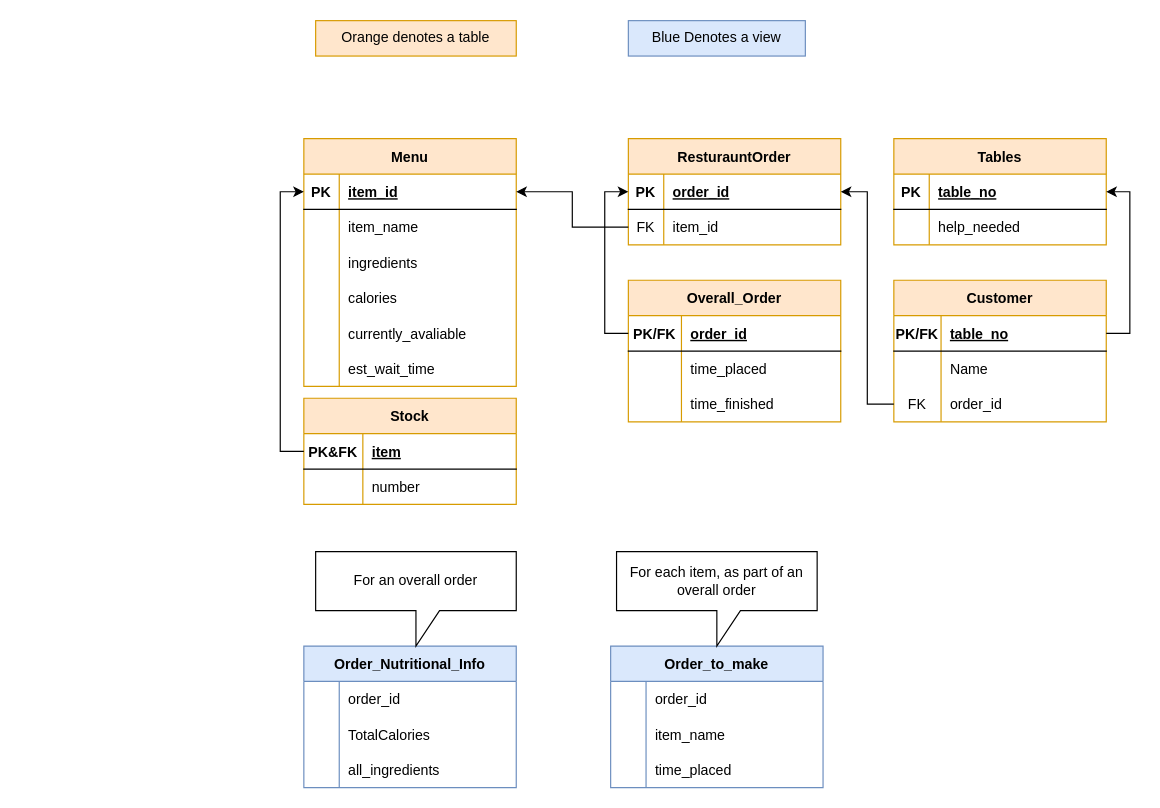
The draw.io diagram SQLDatabase/Diagrams/DrawIOSchema.drawio in mattyblackout/cs2815-project, before the edit. Source tidied: cells renumbered, new cells numbered last; positions are measured from the earlier drawing's top-left corner, leaving out a move shared by most shapes. Both pictures are drawn from the tidied source at 118%, with x=0, y=0 at pixel (303, 20).
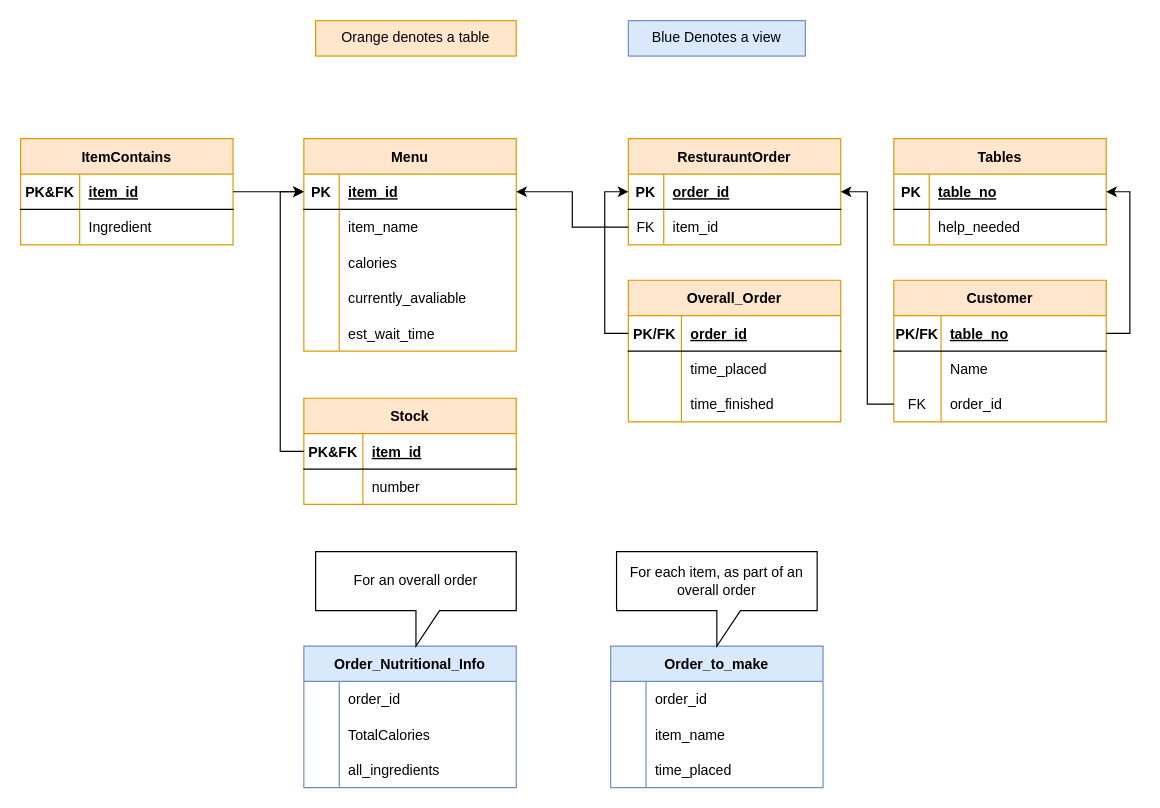
After the change.

Commit message (it also covers changes not shown here):
Ingredients attribute was removed as was non-atomic, separe table was made for it's purpose

The change refers to these unchanged cells:
```xml
<mxCell id="22" style="shape=tableRow;horizontal=0;startSize=0;swimlaneHead=0;swimlaneBody=0;fillColor=none;points=[[0,0.5],[1,0.5]];portConstraint=eastwest;top=0;left=0;right=0;bottom=1;" parent="21" vertex="1">
  <mxGeometry y="30" width="180" height="30" as="geometry" />
</mxCell>
```

The edit, as a diff of the source:
```diff
@@
     <mxCell id="2" value="Menu" style="shape=table;startSize=30;childLayout=tableLayout;rowLines=0;fontStyle=1;align=center;fillColor=#ffe6cc;strokeColor=#d79b00;" parent="1" vertex="1">
-      <mxGeometry y="100" width="180" height="210" as="geometry" />
+      <mxGeometry y="100" width="180" height="180" as="geometry" />
     </mxCell>
@@
-    <mxCell id="9" style="shape=tableRow;horizontal=0;startSize=0;swimlaneHead=0;swimlaneBody=0;fillColor=none;top=0;left=0;right=0;bottom=0;" parent="2" vertex="1">
-      <mxGeometry y="90" width="180" height="30" as="geometry" />
-    </mxCell>
-    <mxCell id="10" style="shape=partialRectangle;fillColor=none;top=0;left=0;bottom=0;right=0;fontStyle=0;overflow=hidden;" parent="9" vertex="1">
-      <mxGeometry width="30" height="30" as="geometry" />
-    </mxCell>
-    <mxCell id="11" value="ingredients" style="shape=partialRectangle;fillColor=none;top=0;left=0;bottom=0;right=0;align=left;spacingLeft=6;fontStyle=0;overflow=hidden;" parent="9" vertex="1">
-      <mxGeometry x="30" width="150" height="30" as="geometry" />
-    </mxCell>
     <mxCell id="12" style="shape=tableRow;horizontal=0;startSize=0;swimlaneHead=0;swimlaneBody=0;fillColor=none;top=0;left=0;right=0;bottom=0;" parent="2" vertex="1">
-      <mxGeometry y="120" width="180" height="30" as="geometry" />
+      <mxGeometry y="90" width="180" height="30" as="geometry" />
     </mxCell>
@@
     <mxCell id="15" style="shape=tableRow;horizontal=0;startSize=0;swimlaneHead=0;swimlaneBody=0;fillColor=none;top=0;left=0;right=0;bottom=0;" parent="2" vertex="1">
-      <mxGeometry y="150" width="180" height="30" as="geometry" />
+      <mxGeometry y="120" width="180" height="30" as="geometry" />
     </mxCell>
@@
     <mxCell id="18" style="shape=tableRow;horizontal=0;startSize=0;swimlaneHead=0;swimlaneBody=0;fillColor=none;top=0;left=0;right=0;bottom=0;" parent="2" vertex="1">
-      <mxGeometry y="180" width="180" height="30" as="geometry" />
+      <mxGeometry y="150" width="180" height="30" as="geometry" />
     </mxCell>
@@
-    <mxCell id="24" value="item" style="shape=partialRectangle;fillColor=none;top=0;left=0;bottom=0;right=0;align=left;spacingLeft=6;fontStyle=5;overflow=hidden;" parent="22" vertex="1">
+    <mxCell id="24" value="item_id" style="shape=partialRectangle;fillColor=none;top=0;left=0;bottom=0;right=0;align=left;spacingLeft=6;fontStyle=5;overflow=hidden;" parent="22" vertex="1">
       <mxGeometry x="50" width="130" height="30" as="geometry" />
     </mxCell>
@@
+    <mxCell id="91" value="ItemContains" style="shape=table;startSize=30;childLayout=tableLayout;rowLines=0;fontStyle=1;align=center;fillColor=#ffe6cc;strokeColor=#d79b00;" parent="1" vertex="1">
+      <mxGeometry x="-240" y="100" width="180" height="90" as="geometry" />
+    </mxCell>
+    <mxCell id="92" style="shape=tableRow;horizontal=0;startSize=0;swimlaneHead=0;swimlaneBody=0;fillColor=none;points=[[0,0.5],[1,0.5]];portConstraint=eastwest;top=0;left=0;right=0;bottom=1;" parent="91" vertex="1">
+      <mxGeometry y="30" width="180" height="30" as="geometry" />
+    </mxCell>
+    <mxCell id="93" value="PK&amp;FK" style="shape=partialRectangle;fillColor=none;top=0;left=0;bottom=0;right=0;fontStyle=1;overflow=hidden;" parent="92" vertex="1">
+      <mxGeometry width="50" height="30" as="geometry" />
+    </mxCell>
+    <mxCell id="94" value="item_id" style="shape=partialRectangle;fillColor=none;top=0;left=0;bottom=0;right=0;align=left;spacingLeft=6;fontStyle=5;overflow=hidden;" parent="92" vertex="1">
+      <mxGeometry x="50" width="130" height="30" as="geometry" />
+    </mxCell>
+    <mxCell id="95" style="shape=tableRow;horizontal=0;startSize=0;swimlaneHead=0;swimlaneBody=0;fillColor=none;top=0;left=0;right=0;bottom=0;" parent="91" vertex="1">
+      <mxGeometry y="60" width="180" height="30" as="geometry" />
+    </mxCell>
+    <mxCell id="96" style="shape=partialRectangle;fillColor=none;top=0;left=0;bottom=0;right=0;overflow=hidden;" parent="95" vertex="1">
+      <mxGeometry width="50" height="30" as="geometry" />
+    </mxCell>
+    <mxCell id="97" value="Ingredient" style="shape=partialRectangle;fillColor=none;top=0;left=0;bottom=0;right=0;align=left;spacingLeft=6;overflow=hidden;" parent="95" vertex="1">
+      <mxGeometry x="50" width="130" height="30" as="geometry" />
+    </mxCell>
+    <mxCell id="98" style="edgeStyle=orthogonalEdgeStyle;rounded=0;jettySize=auto;html=1;" parent="1" edge="1" source="92">
+      <mxGeometry relative="1" as="geometry">
+        <mxPoint y="145" as="targetPoint" />
+      </mxGeometry>
+    </mxCell>
```
